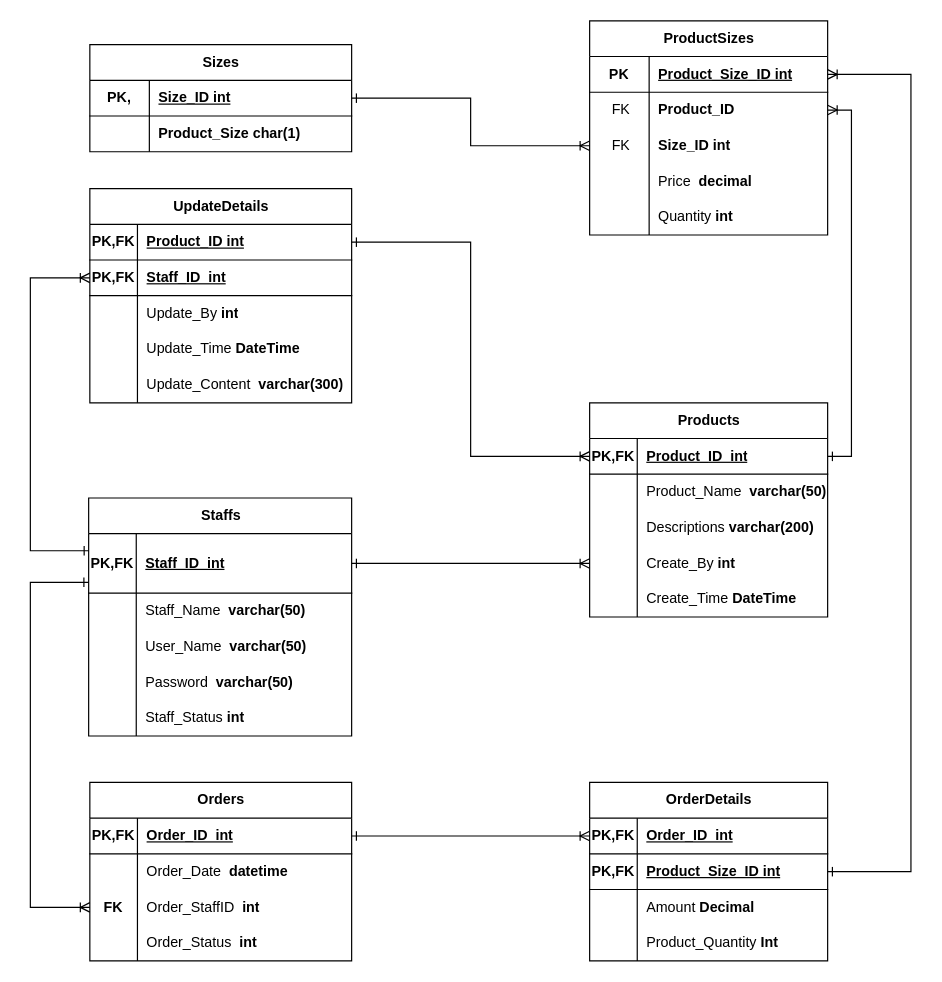
Earlier version of the draw.io diagram page "ERDPhysic" (2 of 2) of Diagram/Entity_Relationship_Diagram/ERD1.drawio (NDuc-Dev/Project-1). Source tidied: cells renumbered, new cells numbered last; positions are measured from the earlier drawing's top-left corner, leaving out a move shared by most shapes. Both pictures are drawn from the tidied source at 119%, with x=0, y=0 at pixel (30, 20).
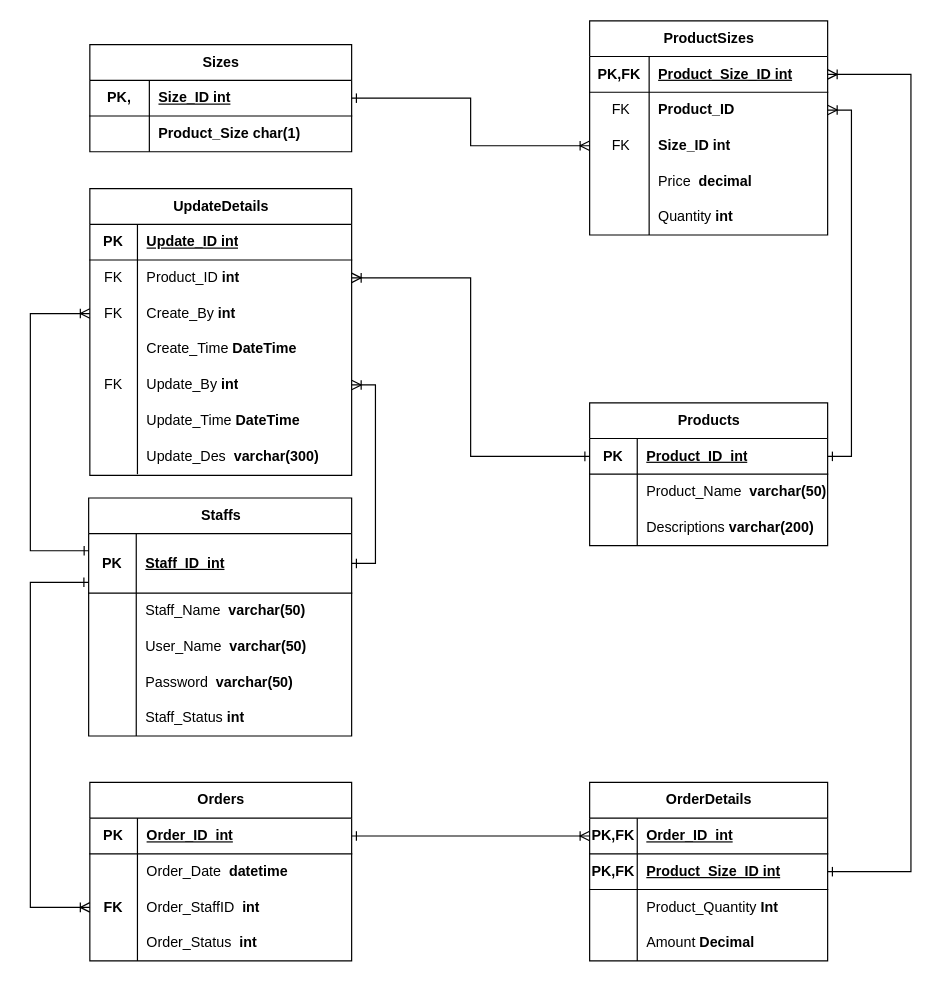
Above is the later version.

Unchanged cells that the change refers to:
```xml
<mxCell id="3" style="shape=tableRow;horizontal=0;startSize=0;swimlaneHead=0;swimlaneBody=0;fillColor=none;points=[[0,0.5],[1,0.5]];portConstraint=eastwest;top=0;left=0;right=0;bottom=1;" parent="2" vertex="1">
  <mxGeometry y="30" width="221" height="50" as="geometry" />
</mxCell>
<mxCell id="19" style="shape=tableRow;horizontal=0;startSize=0;swimlaneHead=0;swimlaneBody=0;fillColor=none;points=[[0,0.5],[1,0.5]];portConstraint=eastwest;top=0;left=0;right=0;bottom=1;" parent="18" vertex="1">
  <mxGeometry y="30" width="200" height="30" as="geometry" />
</mxCell>
<mxCell id="35" style="shape=tableRow;horizontal=0;startSize=0;swimlaneHead=0;swimlaneBody=0;fillColor=none;points=[[0,0.5],[1,0.5]];portConstraint=eastwest;top=0;left=0;right=0;bottom=1;" parent="34" vertex="1">
  <mxGeometry y="30" width="200" height="30" as="geometry" />
</mxCell>
<mxCell id="60" style="shape=tableRow;horizontal=0;startSize=0;swimlaneHead=0;swimlaneBody=0;fillColor=none;points=[[0,0.5],[1,0.5]];portConstraint=eastwest;top=0;left=0;right=0;bottom=1;" parent="59" vertex="1">
  <mxGeometry y="30" width="220" height="30" as="geometry" />
</mxCell>
<mxCell id="72" value="OrderDetails" style="shape=table;startSize=30;childLayout=tableLayout;rowLines=0;fontStyle=1;align=center;html=1;" parent="1" vertex="1">
  <mxGeometry x="470" y="640" width="200" height="150" as="geometry" />
</mxCell>
<mxCell id="89" style="shape=tableRow;horizontal=0;startSize=0;swimlaneHead=0;swimlaneBody=0;fillColor=none;points=[[0,0.5],[1,0.5]];portConstraint=eastwest;top=0;left=0;right=0;bottom=1;" parent="88" vertex="1">
  <mxGeometry y="30" width="220" height="30" as="geometry" />
</mxCell>
```

The edit, as a diff of the source:
```diff
@@
-    <mxCell id="4" value="PK,FK" style="shape=partialRectangle;fillColor=none;top=0;left=0;bottom=0;right=0;fontStyle=1;overflow=hidden;whiteSpace=wrap;html=1;" parent="3" vertex="1">
+    <mxCell id="4" value="PK" style="shape=partialRectangle;fillColor=none;top=0;left=0;bottom=0;right=0;fontStyle=1;overflow=hidden;whiteSpace=wrap;html=1;" parent="3" vertex="1">
       <mxGeometry width="40" height="50" as="geometry" />
     </mxCell>
@@
     <mxCell id="18" value="Products" style="shape=table;startSize=30;childLayout=tableLayout;rowLines=0;fontStyle=1;align=center;html=1;" parent="1" vertex="1">
-      <mxGeometry x="470" y="321" width="200" height="180" as="geometry" />
+      <mxGeometry x="470" y="321" width="200" height="120" as="geometry" />
     </mxCell>
@@
-    <mxCell id="20" value="PK,FK" style="shape=partialRectangle;fillColor=none;top=0;left=0;bottom=0;right=0;fontStyle=1;overflow=hidden;whiteSpace=wrap;html=1;" parent="19" vertex="1">
+    <mxCell id="20" value="PK" style="shape=partialRectangle;fillColor=none;top=0;left=0;bottom=0;right=0;fontStyle=1;overflow=hidden;whiteSpace=wrap;html=1;" parent="19" vertex="1">
       <mxGeometry width="40" height="30" as="geometry" />
     </mxCell>
@@
-    <mxCell id="28" style="shape=tableRow;horizontal=0;startSize=0;swimlaneHead=0;swimlaneBody=0;fillColor=none;points=[[0,0.5],[1,0.5]];portConstraint=eastwest;top=0;left=0;right=0;bottom=0;" parent="18" vertex="1">
-      <mxGeometry y="120" width="200" height="30" as="geometry" />
-    </mxCell>
-    <mxCell id="29" style="shape=partialRectangle;fillColor=none;top=0;left=0;bottom=0;right=0;overflow=hidden;whiteSpace=wrap;html=1;" parent="28" vertex="1">
-      <mxGeometry width="40" height="30" as="geometry" />
-    </mxCell>
-    <mxCell id="30" value="Create_By &lt;b&gt;int&lt;/b&gt;" style="shape=partialRectangle;fillColor=none;top=0;left=0;bottom=0;right=0;align=left;spacingLeft=6;overflow=hidden;whiteSpace=wrap;html=1;" parent="28" vertex="1">
-      <mxGeometry x="40" width="160" height="30" as="geometry" />
-    </mxCell>
-    <mxCell id="31" style="shape=tableRow;horizontal=0;startSize=0;swimlaneHead=0;swimlaneBody=0;fillColor=none;top=0;left=0;right=0;bottom=0;" parent="18" vertex="1">
-      <mxGeometry y="150" width="200" height="30" as="geometry" />
-    </mxCell>
-    <mxCell id="32" style="shape=partialRectangle;fillColor=none;top=0;left=0;bottom=0;right=0;overflow=hidden;whiteSpace=wrap;html=1;" parent="31" vertex="1">
-      <mxGeometry width="40" height="30" as="geometry" />
-    </mxCell>
-    <mxCell id="33" value="Create_Time &lt;b&gt;DateTime&lt;/b&gt;" style="shape=partialRectangle;fillColor=none;top=0;left=0;bottom=0;right=0;align=left;spacingLeft=6;overflow=hidden;whiteSpace=wrap;html=1;" parent="31" vertex="1">
-      <mxGeometry x="40" width="160" height="30" as="geometry" />
-    </mxCell>
@@
-    <mxCell id="36" value="PK" style="shape=partialRectangle;fillColor=none;top=0;left=0;bottom=0;right=0;fontStyle=1;overflow=hidden;whiteSpace=wrap;html=1;" parent="35" vertex="1">
+    <mxCell id="36" value="PK,FK" style="shape=partialRectangle;fillColor=none;top=0;left=0;bottom=0;right=0;fontStyle=1;overflow=hidden;whiteSpace=wrap;html=1;" parent="35" vertex="1">
       <mxGeometry width="50" height="30" as="geometry" />
     </mxCell>
@@
-    <mxCell id="61" value="PK,FK" style="shape=partialRectangle;fillColor=none;top=0;left=0;bottom=0;right=0;fontStyle=1;overflow=hidden;whiteSpace=wrap;html=1;" parent="60" vertex="1">
+    <mxCell id="61" value="PK" style="shape=partialRectangle;fillColor=none;top=0;left=0;bottom=0;right=0;fontStyle=1;overflow=hidden;whiteSpace=wrap;html=1;" parent="60" vertex="1">
       <mxGeometry width="40" height="30" as="geometry" />
     </mxCell>
@@
+    <mxCell id="82" style="shape=tableRow;horizontal=0;startSize=0;swimlaneHead=0;swimlaneBody=0;fillColor=none;top=0;left=0;right=0;bottom=0;" parent="72" vertex="1">
+      <mxGeometry y="90" width="200" height="30" as="geometry" />
+    </mxCell>
+    <mxCell id="83" style="shape=partialRectangle;fillColor=none;top=0;left=0;bottom=0;right=0;overflow=hidden;whiteSpace=wrap;html=1;" parent="82" vertex="1">
+      <mxGeometry width="40" height="30" as="geometry" />
+    </mxCell>
+    <mxCell id="84" value="Product_Quantity&lt;b&gt;&amp;nbsp;Int&lt;/b&gt;" style="shape=partialRectangle;fillColor=none;top=0;left=0;bottom=0;right=0;align=left;spacingLeft=6;overflow=hidden;whiteSpace=wrap;html=1;" parent="82" vertex="1">
+      <mxGeometry x="40" width="160" height="30" as="geometry" />
+    </mxCell>
     <mxCell id="79" style="shape=tableRow;horizontal=0;startSize=0;swimlaneHead=0;swimlaneBody=0;fillColor=none;top=0;left=0;right=0;bottom=0;" parent="72" vertex="1">
-      <mxGeometry y="90" width="200" height="30" as="geometry" />
+      <mxGeometry y="120" width="200" height="30" as="geometry" />
     </mxCell>
@@
-    <mxCell id="82" style="shape=tableRow;horizontal=0;startSize=0;swimlaneHead=0;swimlaneBody=0;fillColor=none;top=0;left=0;right=0;bottom=0;" parent="72" vertex="1">
-      <mxGeometry y="120" width="200" height="30" as="geometry" />
-    </mxCell>
-    <mxCell id="83" style="shape=partialRectangle;fillColor=none;top=0;left=0;bottom=0;right=0;overflow=hidden;whiteSpace=wrap;html=1;" parent="82" vertex="1">
-      <mxGeometry width="40" height="30" as="geometry" />
-    </mxCell>
-    <mxCell id="84" value="Product_Quantity&lt;b&gt;&amp;nbsp;Int&lt;/b&gt;" style="shape=partialRectangle;fillColor=none;top=0;left=0;bottom=0;right=0;align=left;spacingLeft=6;overflow=hidden;whiteSpace=wrap;html=1;" parent="82" vertex="1">
-      <mxGeometry x="40" width="160" height="30" as="geometry" />
-    </mxCell>
@@
     <mxCell id="88" value="UpdateDetails" style="shape=table;startSize=30;childLayout=tableLayout;rowLines=0;fontStyle=1;align=center;html=1;" parent="1" vertex="1">
-      <mxGeometry x="50" y="141" width="220" height="180" as="geometry" />
+      <mxGeometry x="50" y="141" width="220" height="241" as="geometry" />
     </mxCell>
@@
-    <mxCell id="90" value="PK,FK" style="shape=partialRectangle;fillColor=none;top=0;left=0;bottom=0;right=0;fontStyle=1;overflow=hidden;whiteSpace=wrap;html=1;" parent="89" vertex="1">
+    <mxCell id="90" value="PK" style="shape=partialRectangle;fillColor=none;top=0;left=0;bottom=0;right=0;fontStyle=1;overflow=hidden;whiteSpace=wrap;html=1;" parent="89" vertex="1">
       <mxGeometry width="40" height="30" as="geometry" />
     </mxCell>
-    <mxCell id="91" value="Product_ID int" style="shape=partialRectangle;fillColor=none;top=0;left=0;bottom=0;right=0;align=left;spacingLeft=6;fontStyle=5;overflow=hidden;whiteSpace=wrap;html=1;" parent="89" vertex="1">
+    <mxCell id="91" value="Update_ID int" style="shape=partialRectangle;fillColor=none;top=0;left=0;bottom=0;right=0;align=left;spacingLeft=6;fontStyle=5;overflow=hidden;whiteSpace=wrap;html=1;" parent="89" vertex="1">
       <mxGeometry x="40" width="180" height="30" as="geometry" />
     </mxCell>
-    <mxCell id="92" style="shape=tableRow;horizontal=0;startSize=0;swimlaneHead=0;swimlaneBody=0;fillColor=none;points=[[0,0.5],[1,0.5]];portConstraint=eastwest;top=0;left=0;right=0;bottom=1;" parent="88" vertex="1">
-      <mxGeometry y="60" width="220" height="30" as="geometry" />
-    </mxCell>
-    <mxCell id="93" value="PK,FK" style="shape=partialRectangle;fillColor=none;top=0;left=0;bottom=0;right=0;fontStyle=1;overflow=hidden;whiteSpace=wrap;html=1;" parent="92" vertex="1">
-      <mxGeometry width="40" height="30" as="geometry" />
-    </mxCell>
-    <mxCell id="94" value="Staff_ID&amp;nbsp; int" style="shape=partialRectangle;fillColor=none;top=0;left=0;bottom=0;right=0;align=left;spacingLeft=6;fontStyle=5;overflow=hidden;whiteSpace=wrap;html=1;" parent="92" vertex="1">
-      <mxGeometry x="40" width="180" height="30" as="geometry" />
-    </mxCell>
+    <mxCell id="107" style="shape=tableRow;horizontal=0;startSize=0;swimlaneHead=0;swimlaneBody=0;fillColor=none;points=[[0,0.5],[1,0.5]];portConstraint=eastwest;top=0;left=0;right=0;bottom=0;" parent="88" vertex="1">
+      <mxGeometry y="60" width="220" height="30" as="geometry" />
+    </mxCell>
+    <mxCell id="108" value="FK" style="shape=partialRectangle;fillColor=none;top=0;left=0;bottom=0;right=0;overflow=hidden;whiteSpace=wrap;html=1;" parent="107" vertex="1">
+      <mxGeometry width="40" height="30" as="geometry" />
+    </mxCell>
+    <mxCell id="109" value="Product_ID &lt;b&gt;int&lt;/b&gt;" style="shape=partialRectangle;fillColor=none;top=0;left=0;bottom=0;right=0;align=left;spacingLeft=6;overflow=hidden;whiteSpace=wrap;html=1;" parent="107" vertex="1">
+      <mxGeometry x="40" width="180" height="30" as="geometry" />
+    </mxCell>
+    <mxCell id="28" style="shape=tableRow;horizontal=0;startSize=0;swimlaneHead=0;swimlaneBody=0;fillColor=none;points=[[0,0.5],[1,0.5]];portConstraint=eastwest;top=0;left=0;right=0;bottom=0;" parent="88" vertex="1">
+      <mxGeometry y="90" width="220" height="30" as="geometry" />
+    </mxCell>
+    <mxCell id="29" value="FK" style="shape=partialRectangle;fillColor=none;top=0;left=0;bottom=0;right=0;overflow=hidden;whiteSpace=wrap;html=1;" parent="28" vertex="1">
+      <mxGeometry width="40" height="30" as="geometry" />
+    </mxCell>
+    <mxCell id="30" value="Create_By &lt;b&gt;int&lt;/b&gt;" style="shape=partialRectangle;fillColor=none;top=0;left=0;bottom=0;right=0;align=left;spacingLeft=6;overflow=hidden;whiteSpace=wrap;html=1;" parent="28" vertex="1">
+      <mxGeometry x="40" width="180" height="30" as="geometry" />
+    </mxCell>
+    <mxCell id="31" style="shape=tableRow;horizontal=0;startSize=0;swimlaneHead=0;swimlaneBody=0;fillColor=none;top=0;left=0;right=0;bottom=0;" parent="88" vertex="1">
+      <mxGeometry y="120" width="220" height="30" as="geometry" />
+    </mxCell>
+    <mxCell id="32" style="shape=partialRectangle;fillColor=none;top=0;left=0;bottom=0;right=0;overflow=hidden;whiteSpace=wrap;html=1;" parent="31" vertex="1">
+      <mxGeometry width="40" height="30" as="geometry" />
+    </mxCell>
+    <mxCell id="33" value="Create_Time &lt;b&gt;DateTime&lt;/b&gt;" style="shape=partialRectangle;fillColor=none;top=0;left=0;bottom=0;right=0;align=left;spacingLeft=6;overflow=hidden;whiteSpace=wrap;html=1;" parent="31" vertex="1">
+      <mxGeometry x="40" width="180" height="30" as="geometry" />
+    </mxCell>
     <mxCell id="95" style="shape=tableRow;horizontal=0;startSize=0;swimlaneHead=0;swimlaneBody=0;fillColor=none;points=[[0,0.5],[1,0.5]];portConstraint=eastwest;top=0;left=0;right=0;bottom=0;" parent="88" vertex="1">
-      <mxGeometry y="90" width="220" height="30" as="geometry" />
+      <mxGeometry y="150" width="220" height="30" as="geometry" />
     </mxCell>
-    <mxCell id="96" style="shape=partialRectangle;fillColor=none;top=0;left=0;bottom=0;right=0;overflow=hidden;whiteSpace=wrap;html=1;" parent="95" vertex="1">
+    <mxCell id="96" value="FK" style="shape=partialRectangle;fillColor=none;top=0;left=0;bottom=0;right=0;overflow=hidden;whiteSpace=wrap;html=1;" parent="95" vertex="1">
       <mxGeometry width="40" height="30" as="geometry" />
     </mxCell>
@@
     <mxCell id="98" style="shape=tableRow;horizontal=0;startSize=0;swimlaneHead=0;swimlaneBody=0;fillColor=none;top=0;left=0;right=0;bottom=0;" parent="88" vertex="1">
-      <mxGeometry y="120" width="220" height="30" as="geometry" />
+      <mxGeometry y="180" width="220" height="30" as="geometry" />
     </mxCell>
@@
     <mxCell id="101" style="shape=tableRow;horizontal=0;startSize=0;swimlaneHead=0;swimlaneBody=0;fillColor=none;top=0;left=0;right=0;bottom=0;" parent="88" vertex="1">
-      <mxGeometry y="150" width="220" height="30" as="geometry" />
+      <mxGeometry y="210" width="220" height="30" as="geometry" />
     </mxCell>
@@
-    <mxCell id="103" value="Update_Content&amp;nbsp;&lt;b&gt;&amp;nbsp;varchar(300)&lt;/b&gt;" style="shape=partialRectangle;fillColor=none;top=0;left=0;bottom=0;right=0;align=left;spacingLeft=6;overflow=hidden;whiteSpace=wrap;html=1;" parent="101" vertex="1">
+    <mxCell id="103" value="Update_Des&amp;nbsp;&lt;b&gt;&amp;nbsp;varchar(300)&lt;/b&gt;" style="shape=partialRectangle;fillColor=none;top=0;left=0;bottom=0;right=0;align=left;spacingLeft=6;overflow=hidden;whiteSpace=wrap;html=1;" parent="101" vertex="1">
       <mxGeometry x="40" width="180" height="30" as="geometry" />
     </mxCell>
-    <mxCell id="104" style="edgeStyle=orthogonalEdgeStyle;rounded=0;jettySize=auto;html=1;exitX=1;exitY=0.5;exitDx=0;exitDy=0;entryX=0;entryY=0.5;entryDx=0;entryDy=0;endArrow=ERoneToMany;endFill=0;startArrow=ERone;startFill=0;" parent="1" edge="1" source="89" target="19">
-      <mxGeometry relative="1" as="geometry" />
-    </mxCell>
-    <mxCell id="105" style="edgeStyle=orthogonalEdgeStyle;rounded=0;jettySize=auto;html=1;exitX=0.001;exitY=0.286;exitDx=0;exitDy=0;entryX=0;entryY=0.5;entryDx=0;entryDy=0;startArrow=ERone;startFill=0;endArrow=ERoneToMany;endFill=0;exitPerimeter=0;" parent="1" edge="1" source="3" target="92">
+    <mxCell id="105" style="edgeStyle=orthogonalEdgeStyle;rounded=0;jettySize=auto;html=1;exitX=0.001;exitY=0.286;exitDx=0;exitDy=0;entryX=0;entryY=0.5;entryDx=0;entryDy=0;startArrow=ERone;startFill=0;endArrow=ERoneToMany;endFill=0;exitPerimeter=0;" parent="1" edge="1" source="3" target="28">
       <mxGeometry relative="1" as="geometry">
         <Array as="points">
           <mxPoint y="445" />
-          <mxPoint y="216" />
+          <mxPoint y="246" />
         </Array>
       </mxGeometry>
     </mxCell>
-    <mxCell id="106" style="edgeStyle=orthogonalEdgeStyle;rounded=0;jettySize=auto;html=1;exitX=1;exitY=0.5;exitDx=0;exitDy=0;entryX=0;entryY=0.5;entryDx=0;entryDy=0;startArrow=ERone;startFill=0;endArrow=ERoneToMany;endFill=0;" parent="1" edge="1" source="3" target="28">
-      <mxGeometry relative="1" as="geometry" />
-    </mxCell>
+    <mxCell id="110" style="edgeStyle=orthogonalEdgeStyle;rounded=0;jettySize=auto;html=1;exitX=0;exitY=0.5;exitDx=0;exitDy=0;entryX=1;entryY=0.5;entryDx=0;entryDy=0;startArrow=ERone;startFill=0;endArrow=ERoneToMany;endFill=0;" parent="1" edge="1" source="19" target="107">
+      <mxGeometry relative="1" as="geometry" />
+    </mxCell>
+    <mxCell id="111" style="edgeStyle=orthogonalEdgeStyle;rounded=0;jettySize=auto;html=1;exitX=1;exitY=0.5;exitDx=0;exitDy=0;entryX=1;entryY=0.5;entryDx=0;entryDy=0;startArrow=ERone;startFill=0;endArrow=ERoneToMany;endFill=0;" parent="1" edge="1" source="3" target="95">
+      <mxGeometry relative="1" as="geometry" />
+    </mxCell>
```
